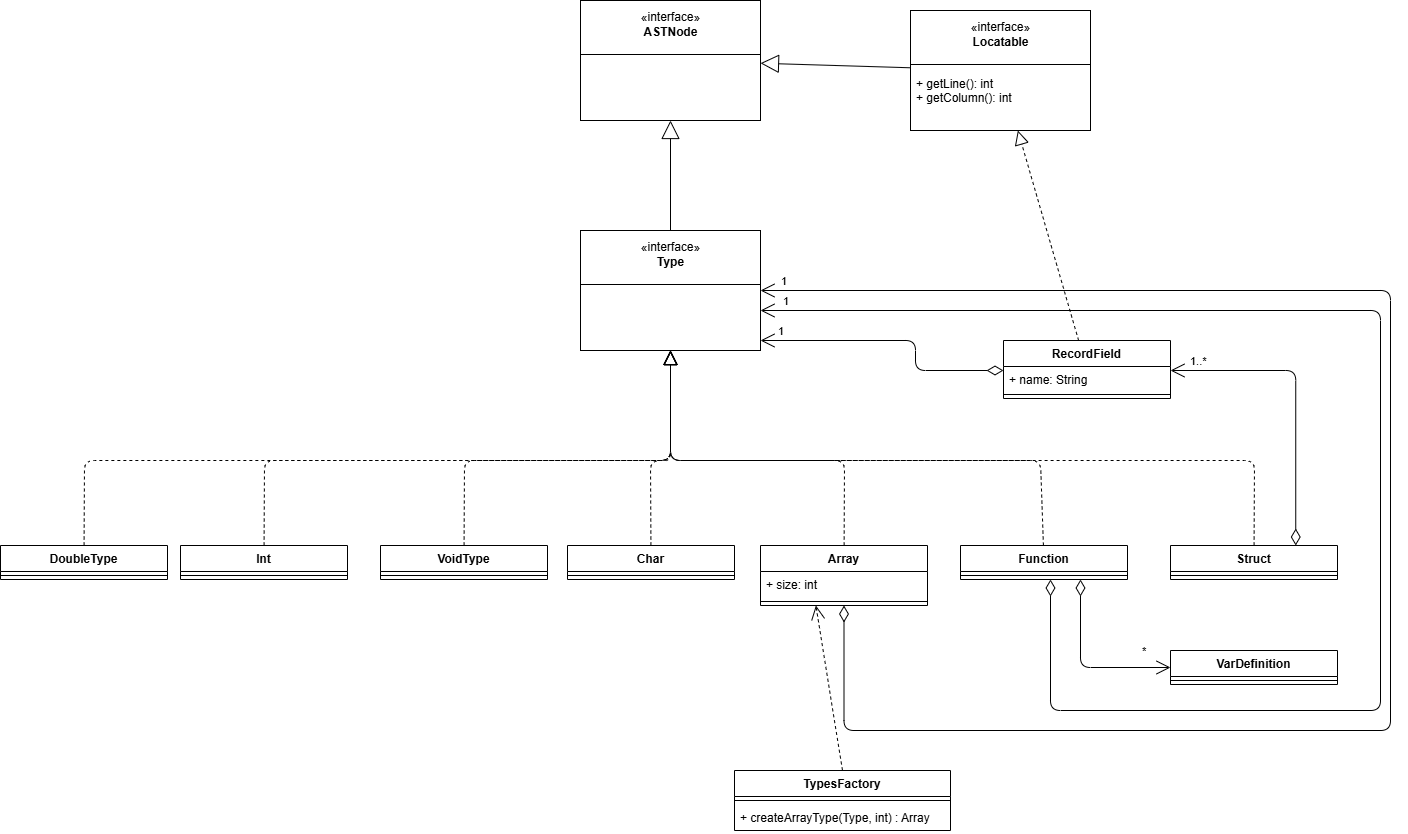
The draw.io diagram diagrams/types.png in orvizz/dlp_cminus_repo, before a commit. Source tidied: cells renumbered, new cells last; positions are measured from the earlier drawing's top-left corner, leaving out a move shared by most shapes.
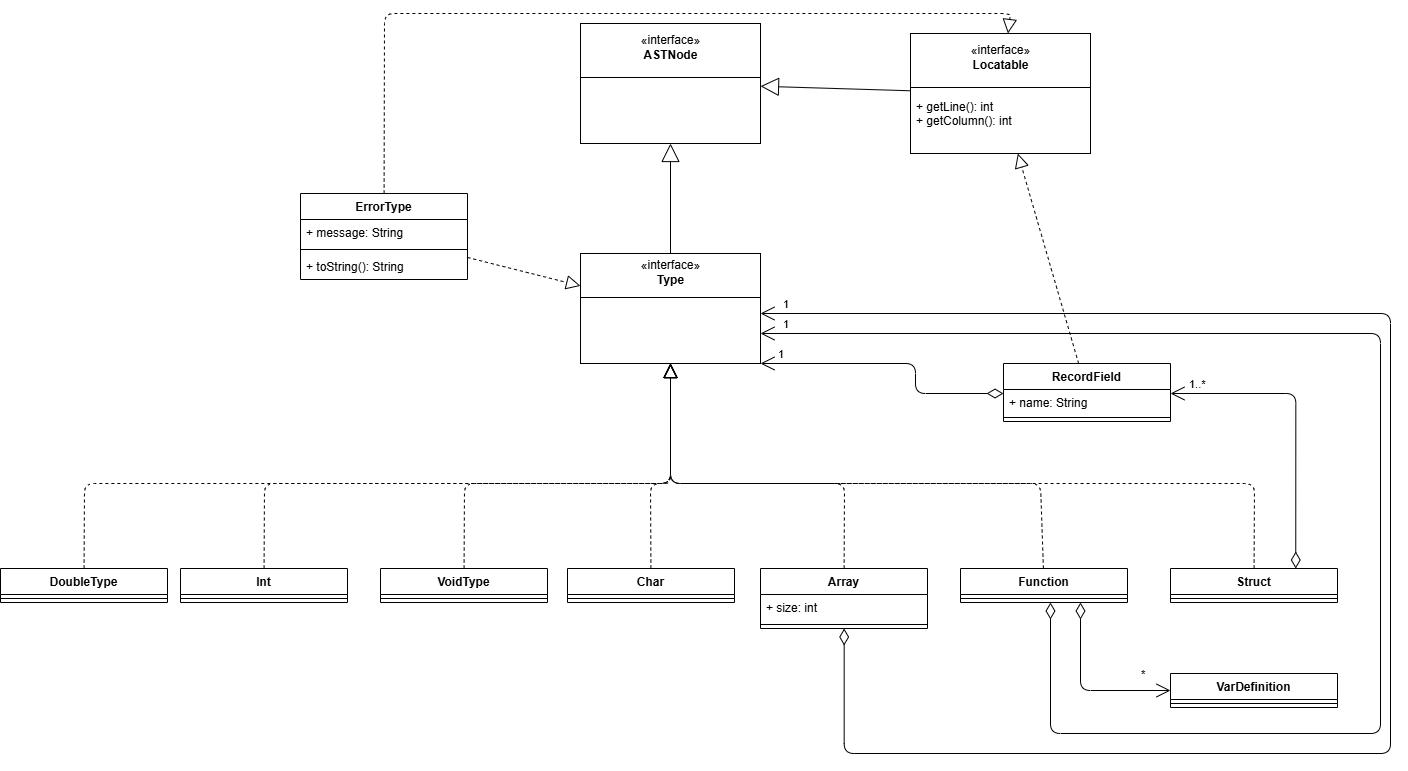
After the commit.

The edit, as a diff of the source:
```diff
@@ -15,16 +15,16 @@
       <mxGeometry y="50" width="180" height="8" as="geometry" />
     </mxCell>
     <mxCell id="6" style="group;" parent="1" vertex="1">
-      <mxGeometry x="580" y="230" width="180" height="120" as="geometry" />
+      <mxGeometry x="580" y="230" width="193.5" height="126" as="geometry" />
     </mxCell>
     <mxCell id="7" value="+ method(type): type" style="text;strokeColor=none;fillColor=none;align=left;verticalAlign=top;spacingLeft=4;spacingRight=4;overflow=hidden;" parent="6" vertex="1">
       <mxGeometry y="60" width="180" height="50" as="geometry" />
     </mxCell>
     <mxCell id="8" value="«interface»&lt;br&gt;&lt;b&gt;Type&lt;br&gt;&lt;br&gt;&lt;br&gt;&lt;br&gt;&lt;br&gt;&lt;br&gt;&lt;/b&gt;" style="html=1;" parent="6" vertex="1">
-      <mxGeometry width="180" height="120" as="geometry" />
+      <mxGeometry width="180" height="110" as="geometry" />
     </mxCell>
     <mxCell id="9" style="line;strokeWidth=1;fillColor=none;align=left;verticalAlign=middle;spacingTop=-1;spacingLeft=3;spacingRight=3;labelPosition=right;" parent="6" vertex="1">
-      <mxGeometry y="50" width="180" height="8" as="geometry" />
+      <mxGeometry y="40" width="180" height="8" as="geometry" />
     </mxCell>
     <mxCell id="10" value="Array" style="swimlane;fontStyle=1;align=center;verticalAlign=top;horizontal=1;startSize=26;" parent="1" vertex="1">
       <mxGeometry x="760" y="545" width="167" height="60" as="geometry" />
@@ -206,22 +206,28 @@
     <mxCell id="49" style="endArrow=block;dashed=1;endFill=0;endSize=12;html=1;" parent="1" edge="1" source="38" target="45">
       <mxGeometry relative="1" as="geometry" />
     </mxCell>
-    <mxCell id="50" value="TypesFactory" style="swimlane;fontStyle=1;align=center;verticalAlign=top;horizontal=1;startSize=26;" parent="1" vertex="1">
-      <mxGeometry x="734" y="770" width="216" height="60" as="geometry" />
-    </mxCell>
-    <mxCell id="51" style="line;strokeWidth=1;fillColor=none;align=left;verticalAlign=middle;spacingTop=-1;spacingLeft=3;spacingRight=3;labelPosition=right;" parent="50" vertex="1">
-      <mxGeometry y="26" width="216" height="8" as="geometry" />
-    </mxCell>
-    <mxCell id="52" value="+ createArrayType(Type, int) : Array" style="text;strokeColor=none;fillColor=none;align=left;verticalAlign=top;spacingLeft=4;spacingRight=4;overflow=hidden;" parent="50" vertex="1">
-      <mxGeometry y="34" width="216" height="26" as="geometry" />
-    </mxCell>
-    <mxCell id="53" style="endArrow=open;endFill=1;endSize=12;html=1;dashed=1;exitX=0.5;exitY=0;exitDx=0;exitDy=0;" parent="1" edge="1" source="50">
-      <mxGeometry relative="1" as="geometry">
-        <mxPoint x="815.4" y="605" as="targetPoint" />
-        <Array as="points">
-          <mxPoint x="815.4" y="605" />
-        </Array>
-      </mxGeometry>
-    </mxCell>
+    <mxCell id="54" value="ErrorType" style="swimlane;fontStyle=1;align=center;verticalAlign=top;horizontal=1;startSize=26;" parent="1" vertex="1">
+      <mxGeometry x="300" y="170" width="167" height="86" as="geometry" />
+    </mxCell>
+    <mxCell id="55" value="+ message: String" style="text;strokeColor=none;fillColor=none;align=left;verticalAlign=top;spacingLeft=4;spacingRight=4;overflow=hidden;" parent="54" vertex="1">
+      <mxGeometry y="26" width="167" height="26" as="geometry" />
+    </mxCell>
+    <mxCell id="56" style="line;strokeWidth=1;fillColor=none;align=left;verticalAlign=middle;spacingTop=-1;spacingLeft=3;spacingRight=3;labelPosition=right;" parent="54" vertex="1">
+      <mxGeometry y="52" width="167" height="8" as="geometry" />
+    </mxCell>
+    <mxCell id="57" value="+ toString(): String" style="text;strokeColor=none;fillColor=none;align=left;verticalAlign=top;spacingLeft=4;spacingRight=4;overflow=hidden;" parent="54" vertex="1">
+      <mxGeometry y="60" width="167" height="26" as="geometry" />
+    </mxCell>
+    <mxCell id="58" style="endArrow=block;dashed=1;endFill=0;endSize=12;html=1;" parent="1" edge="1" source="54" target="45">
+      <mxGeometry relative="1" as="geometry">
+        <Array as="points">
+          <mxPoint x="384" y="-10" />
+          <mxPoint x="1010" y="-10" />
+        </Array>
+      </mxGeometry>
+    </mxCell>
+    <mxCell id="59" style="endArrow=block;dashed=1;endFill=0;endSize=12;html=1;" parent="1" edge="1" source="54" target="8">
+      <mxGeometry relative="1" as="geometry" />
+    </mxCell>
   </root>
 </mxGraphModel>
```
